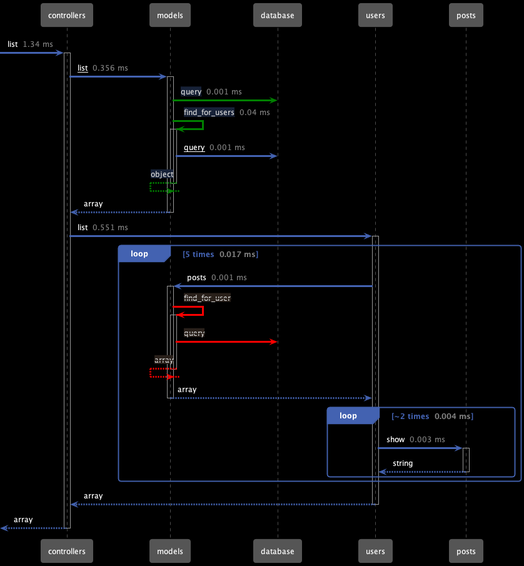
This is packages/sequence-diagram/tests/fixtures/sequenceDiagrams/listVsListWithPrefetch.sequence.png from getappmap/appmap-js, a PlantUML export, as it was before one commit.
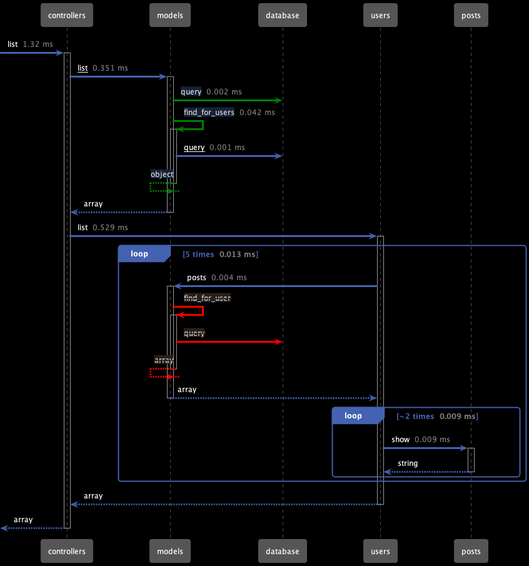
Above is the later version.

The edit, as a diff of the source:
```diff
@@ -5,22 +5,22 @@
 participant database as "database"
 participant users as "users"
 participant posts as "posts"
-  [->controllers: list <color:gray> 1.34 ms</color>
+  [->controllers: list <color:gray> 1.32 ms</color>
   activate controllers
-    controllers->models: <u>list</u> <color:gray> 0.356 ms</color>
+    controllers->models: <u>list</u> <color:gray> 0.351 ms</color>
     activate models
-      models-[#green]>database: <u><color:lightgray><back:#172238>query</back></color></u> <color:gray> 0.001 ms</color>
-      models-[#green]>models: <u><color:lightgray><back:#172238>find_for_users</back></color></u> <color:gray> 0.04 ms</color>
+      models-[#green]>database: <u><color:lightgray><back:#172238>query</back></color></u> <color:gray> 0.002 ms</color>
+      models-[#green]>models: <u><color:lightgray><back:#172238>find_for_users</back></color></u> <color:gray> 0.042 ms</color>
       activate models
         models->database: <u>query</u> <color:gray> 0.001 ms</color>
       models<[#green]--models: <color:lightgray><back:#172238>object</back></color>
       deactivate models
     controllers<--models: array
     deactivate models
-    controllers->users: list <color:gray> 0.551 ms</color>
+    controllers->users: list <color:gray> 0.529 ms</color>
     activate users
-      Loop 5 times <color:gray> 0.017 ms</color>
-        users->models: posts <color:gray> 0.001 ms</color>
+      Loop 5 times <color:gray> 0.013 ms</color>
+        users->models: posts <color:gray> 0.004 ms</color>
         activate models
           models-[#red]>models: <color:lightgray><back:#29201A>--find_for_user--</back></color>
           activate models
@@ -29,8 +29,8 @@
           deactivate models
         users<--models: array
         deactivate models
-        Loop ~2 times <color:gray> 0.004 ms</color>
-          users->posts: show <color:gray> 0.003 ms</color>
+        Loop ~2 times <color:gray> 0.009 ms</color>
+          users->posts: show <color:gray> 0.009 ms</color>
           activate posts
           users<--posts: string
           deactivate posts
```
